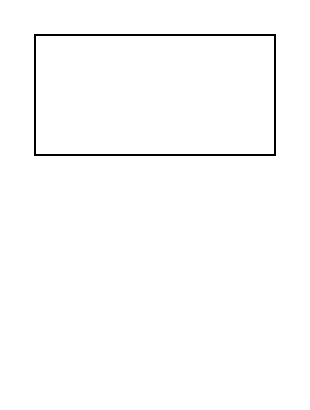
Before: 技术路线图.drawio in Sequin-hdd/COINFO, a draw.io diagram. Source tidied: cells renumbered, new cells numbered last; positions are measured from the earlier drawing's top-left corner, leaving out a move shared by most shapes. Both pictures are drawn from the tidied source at 200%, with x=0, y=0 at pixel (34, 34).
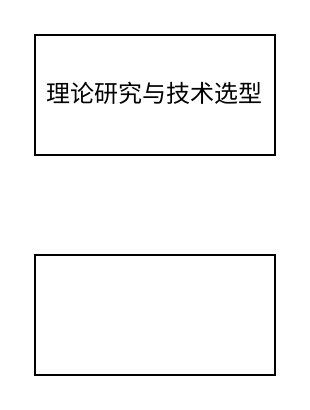
Above is the later version.

Commit message (it also covers changes not shown here):
更新技术路线图.drawio

Diff of the diagram source:
```diff
@@
 <mxGraphModel>
   <root>
     <mxCell id="0" />
     <mxCell id="1" parent="0" />
-    <mxCell id="2" style="rounded=0;whiteSpace=wrap;html=1;" parent="1" vertex="1">
+    <mxCell id="2" value="理论研究与技术选型" style="rounded=0;whiteSpace=wrap;html=1;" parent="1" vertex="1">
       <mxGeometry width="120" height="60" as="geometry" />
     </mxCell>
+    <mxCell id="3" style="rounded=0;whiteSpace=wrap;html=1;" parent="1" vertex="1">
+      <mxGeometry y="110" width="120" height="60" as="geometry" />
+    </mxCell>
   </root>
 </mxGraphModel>
```
